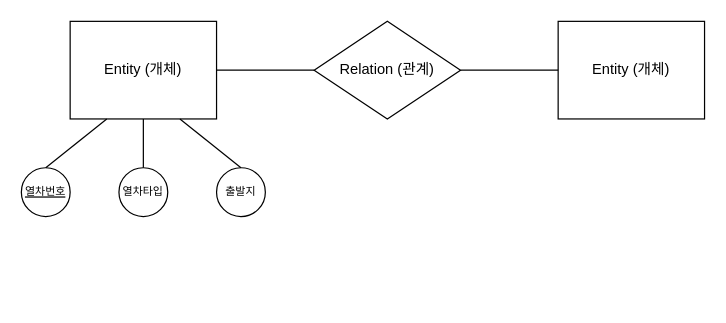
The draw.io diagram 제목 없는 다이어그램.drawio in MINJU0401/java-backend-20230222, before the edit. Source tidied: cells renumbered, new cells numbered last; positions are measured from the earlier drawing's top-left corner, leaving out a move shared by most shapes. Both pictures are drawn from the tidied source at 122%, with x=0, y=0 at pixel (21, 21).
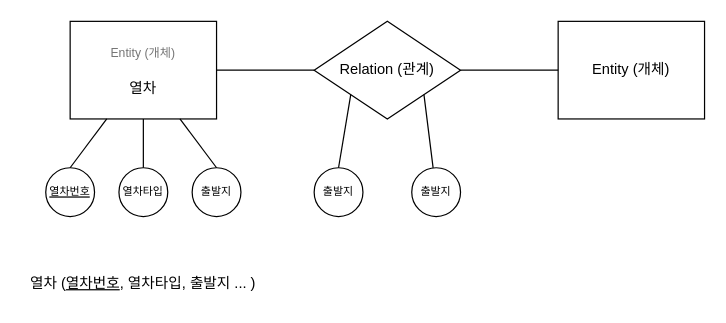
The same diagram, later.

Commit message:
제목 없는 다이어그램.drawio 업데이트

Change to the diagram source:
```diff
@@
 <mxGraphModel>
   <root>
     <mxCell id="0" />
     <mxCell id="1" parent="0" />
-    <mxCell id="2" value="Entity (개체)" style="rounded=0;whiteSpace=wrap;html=1;" parent="1" vertex="1">
+    <mxCell id="2" value="&lt;font color=&quot;#757575&quot; style=&quot;font-size: 10px;&quot;&gt;Entity (개체)&lt;/font&gt;&lt;br&gt;&lt;br&gt;열차" style="rounded=0;whiteSpace=wrap;html=1;" parent="1" vertex="1">
       <mxGeometry x="40" width="120" height="80" as="geometry" />
     </mxCell>
     <mxCell id="3" value="Relation (관계)" style="rhombus;whiteSpace=wrap;html=1;" parent="1" vertex="1">
       <mxGeometry x="240" width="120" height="80" as="geometry" />
     </mxCell>
     <mxCell id="4" value="열차번호" style="ellipse;whiteSpace=wrap;html=1;fontSize=9;fontStyle=4;" parent="1" vertex="1">
-      <mxGeometry y="120" width="40" height="40" as="geometry" />
+      <mxGeometry x="20" y="120" width="40" height="40" as="geometry" />
     </mxCell>
     <mxCell id="5" value="Entity (개체)" style="rounded=0;whiteSpace=wrap;html=1;" parent="1" vertex="1">
       <mxGeometry x="440" width="120" height="80" as="geometry" />
     </mxCell>
     <mxCell id="6" style="endArrow=none;html=1;rounded=0;entryX=0;entryY=0.5;entryDx=0;entryDy=0;exitX=1;exitY=0.5;exitDx=0;exitDy=0;" parent="1" edge="1" source="2" target="3">
       <mxGeometry relative="1" as="geometry" />
     </mxCell>
     <mxCell id="7" style="endArrow=none;html=1;rounded=0;entryX=0;entryY=0.5;entryDx=0;entryDy=0;" parent="1" edge="1" source="3" target="5">
       <mxGeometry relative="1" as="geometry" />
     </mxCell>
     <mxCell id="8" value="열차타입" style="ellipse;whiteSpace=wrap;html=1;fontSize=9;" parent="1" vertex="1">
       <mxGeometry x="80" y="120" width="40" height="40" as="geometry" />
     </mxCell>
     <mxCell id="9" value="출발지" style="ellipse;whiteSpace=wrap;html=1;fontSize=9;" parent="1" vertex="1">
-      <mxGeometry x="160" y="120" width="40" height="40" as="geometry" />
+      <mxGeometry x="140" y="120" width="40" height="40" as="geometry" />
     </mxCell>
     <mxCell id="10" style="endArrow=none;html=1;rounded=0;entryX=0.25;entryY=1;entryDx=0;entryDy=0;exitX=0.5;exitY=0;exitDx=0;exitDy=0;" parent="1" edge="1" source="4" target="2">
       <mxGeometry relative="1" as="geometry" />
     </mxCell>
     <mxCell id="11" style="endArrow=none;html=1;rounded=0;entryX=0.5;entryY=1;entryDx=0;entryDy=0;exitX=0.5;exitY=0;exitDx=0;exitDy=0;" parent="1" edge="1" source="8" target="2">
       <mxGeometry relative="1" as="geometry" />
     </mxCell>
     <mxCell id="12" style="endArrow=none;html=1;rounded=0;entryX=0.75;entryY=1;entryDx=0;entryDy=0;exitX=0.5;exitY=0;exitDx=0;exitDy=0;" parent="1" edge="1" source="9" target="2">
       <mxGeometry relative="1" as="geometry" />
     </mxCell>
+    <mxCell id="13" value="출발지" style="ellipse;whiteSpace=wrap;html=1;fontSize=9;" parent="1" vertex="1">
+      <mxGeometry x="240" y="120" width="40" height="40" as="geometry" />
+    </mxCell>
+    <mxCell id="14" value="출발지" style="ellipse;whiteSpace=wrap;html=1;fontSize=9;" parent="1" vertex="1">
+      <mxGeometry x="320" y="120" width="40" height="40" as="geometry" />
+    </mxCell>
+    <mxCell id="15" style="endArrow=none;html=1;rounded=0;entryX=0;entryY=1;entryDx=0;entryDy=0;exitX=0.5;exitY=0;exitDx=0;exitDy=0;" parent="1" edge="1" source="13" target="3">
+      <mxGeometry relative="1" as="geometry" />
+    </mxCell>
+    <mxCell id="16" style="endArrow=none;html=1;rounded=0;entryX=1;entryY=1;entryDx=0;entryDy=0;" parent="1" edge="1" source="14" target="3">
+      <mxGeometry relative="1" as="geometry" />
+    </mxCell>
+    <mxCell id="17" value="열차 (&lt;u&gt;열차번호&lt;/u&gt;, 열차타입, 출발지 ... )" style="text;html=1;strokeColor=none;fillColor=none;align=center;verticalAlign=middle;whiteSpace=wrap;rounded=0;" parent="1" vertex="1">
+      <mxGeometry y="200" width="200" height="30" as="geometry" />
+    </mxCell>
   </root>
 </mxGraphModel>
```
